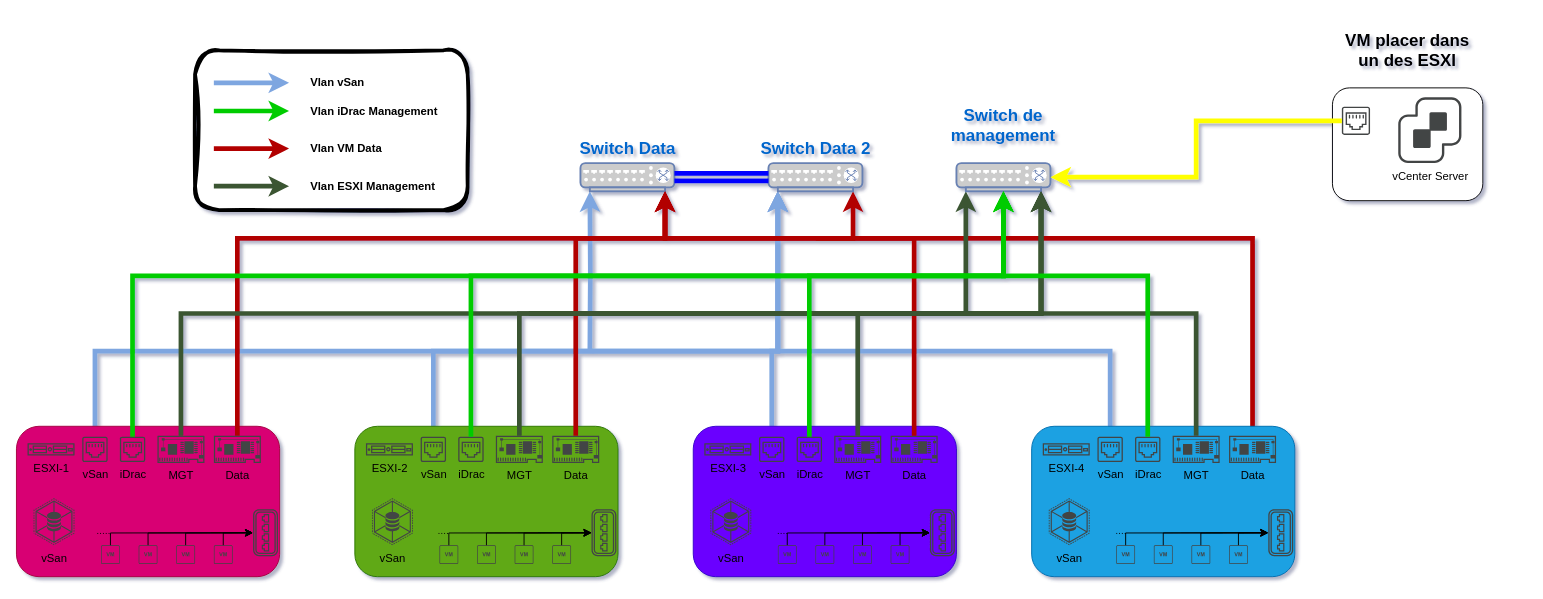
Above: Mission/VMware vxRail Plan/Plan logique vxRail.drawio in Vinc1347900/Stage_Henallux (draw.io), before the change. Source tidied: cells renumbered, new cells numbered last; positions are measured from the earlier drawing's top-left corner, leaving out a move shared by most shapes. Both pictures are drawn from the tidied source at 94%, with x=0, y=0 at pixel (16, 50).
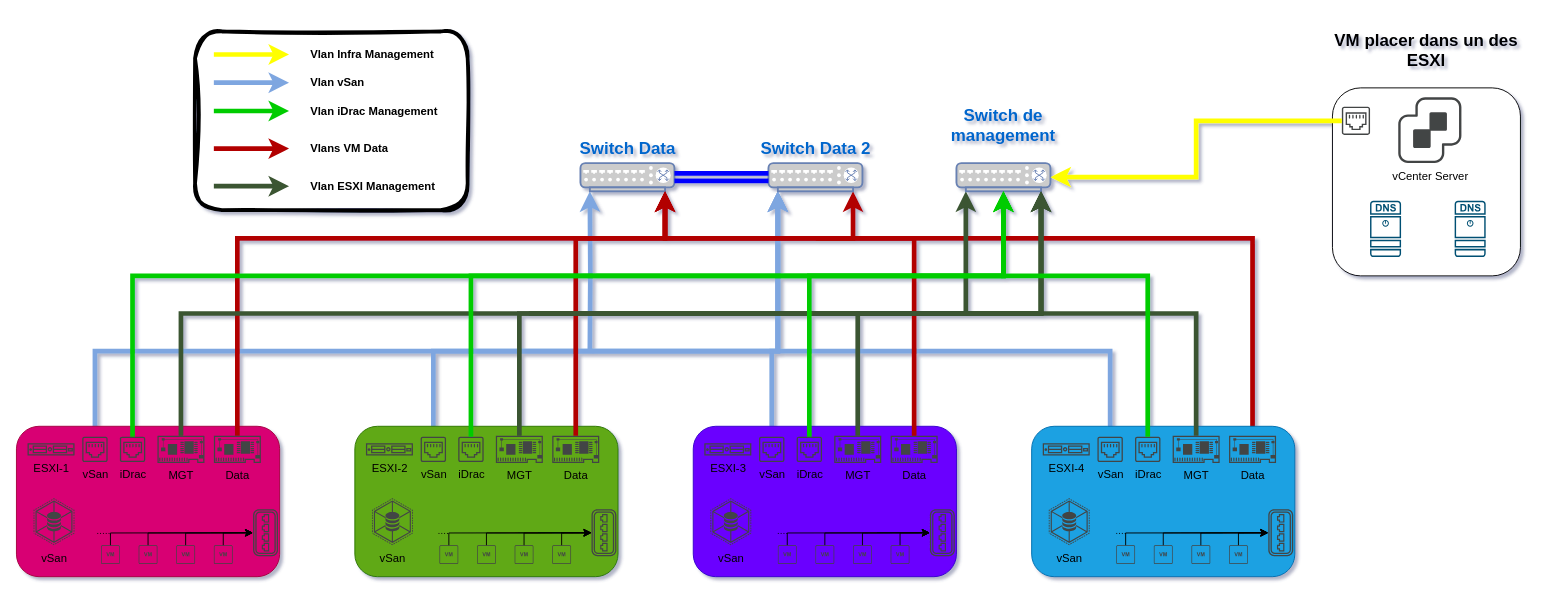
The same diagram, later.

What changed in the source:
```diff
@@
     <mxCell id="8" style="rounded=1;whiteSpace=wrap;html=1;fillColor=default;strokeWidth=4;glass=0;sketch=1;curveFitting=1;jiggle=2;" parent="1" vertex="1">
-      <mxGeometry x="190" width="290" height="170" as="geometry" />
+      <mxGeometry x="190" y="-20" width="290" height="190" as="geometry" />
     </mxCell>
     <mxCell id="9" value="&lt;h2&gt;VM placer dans un des ESXI&lt;/h2&gt;" style="rounded=1;whiteSpace=wrap;html=1;labelPosition=center;verticalLabelPosition=top;align=center;verticalAlign=bottom;" parent="1" vertex="1">
-      <mxGeometry x="1400" y="40" width="160" height="120" as="geometry" />
+      <mxGeometry x="1400" y="40" width="200" height="200" as="geometry" />
     </mxCell>
@@
-    <mxCell id="98" value="Vlan VM Data" style="text;html=1;strokeColor=none;fillColor=none;align=left;verticalAlign=middle;whiteSpace=wrap;rounded=0;fontStyle=1;" parent="1" vertex="1">
+    <mxCell id="98" value="Vlans VM Data" style="text;html=1;strokeColor=none;fillColor=none;align=left;verticalAlign=middle;whiteSpace=wrap;rounded=0;fontStyle=1;" parent="1" vertex="1">
       <mxGeometry x="311" y="90" width="89" height="30" as="geometry" />
     </mxCell>
@@
     <mxCell id="100" style="endArrow=classic;html=1;rounded=0;elbow=vertical;strokeWidth=5;strokeColor=#7EA6E0;" parent="1" edge="1">
       <mxGeometry relative="1" as="geometry">
-        <mxPoint x="210" y="34.6" as="sourcePoint" />
-        <mxPoint x="290" y="34.6" as="targetPoint" />
+        <mxPoint x="210" y="34.5" as="sourcePoint" />
+        <mxPoint x="290" y="34.5" as="targetPoint" />
       </mxGeometry>
     </mxCell>
@@
+    <mxCell id="106" style="endArrow=classic;html=1;rounded=0;elbow=vertical;strokeWidth=5;strokeColor=#FFFF00;" parent="1" edge="1">
+      <mxGeometry relative="1" as="geometry">
+        <mxPoint x="210" y="4.5" as="sourcePoint" />
+        <mxPoint x="290" y="4.5" as="targetPoint" />
+      </mxGeometry>
+    </mxCell>
+    <mxCell id="107" value="Vlan Infra Management" style="text;html=1;strokeColor=none;fillColor=none;align=left;verticalAlign=middle;whiteSpace=wrap;rounded=0;fontStyle=1;" parent="1" vertex="1">
+      <mxGeometry x="311" y="-10" width="166.5" height="30" as="geometry" />
+    </mxCell>
+    <mxCell id="108" style="sketch=0;verticalLabelPosition=bottom;html=1;verticalAlign=top;align=center;shape=mxgraph.cisco19.dns_server;fillColor=#005073;strokeColor=none;" parent="1" vertex="1">
+      <mxGeometry x="1440" y="160" width="33" height="60" as="geometry" />
+    </mxCell>
+    <mxCell id="109" style="sketch=0;verticalLabelPosition=bottom;html=1;verticalAlign=top;align=center;shape=mxgraph.cisco19.dns_server;fillColor=#005073;strokeColor=none;" parent="1" vertex="1">
+      <mxGeometry x="1530" y="160" width="33" height="60" as="geometry" />
+    </mxCell>
```
